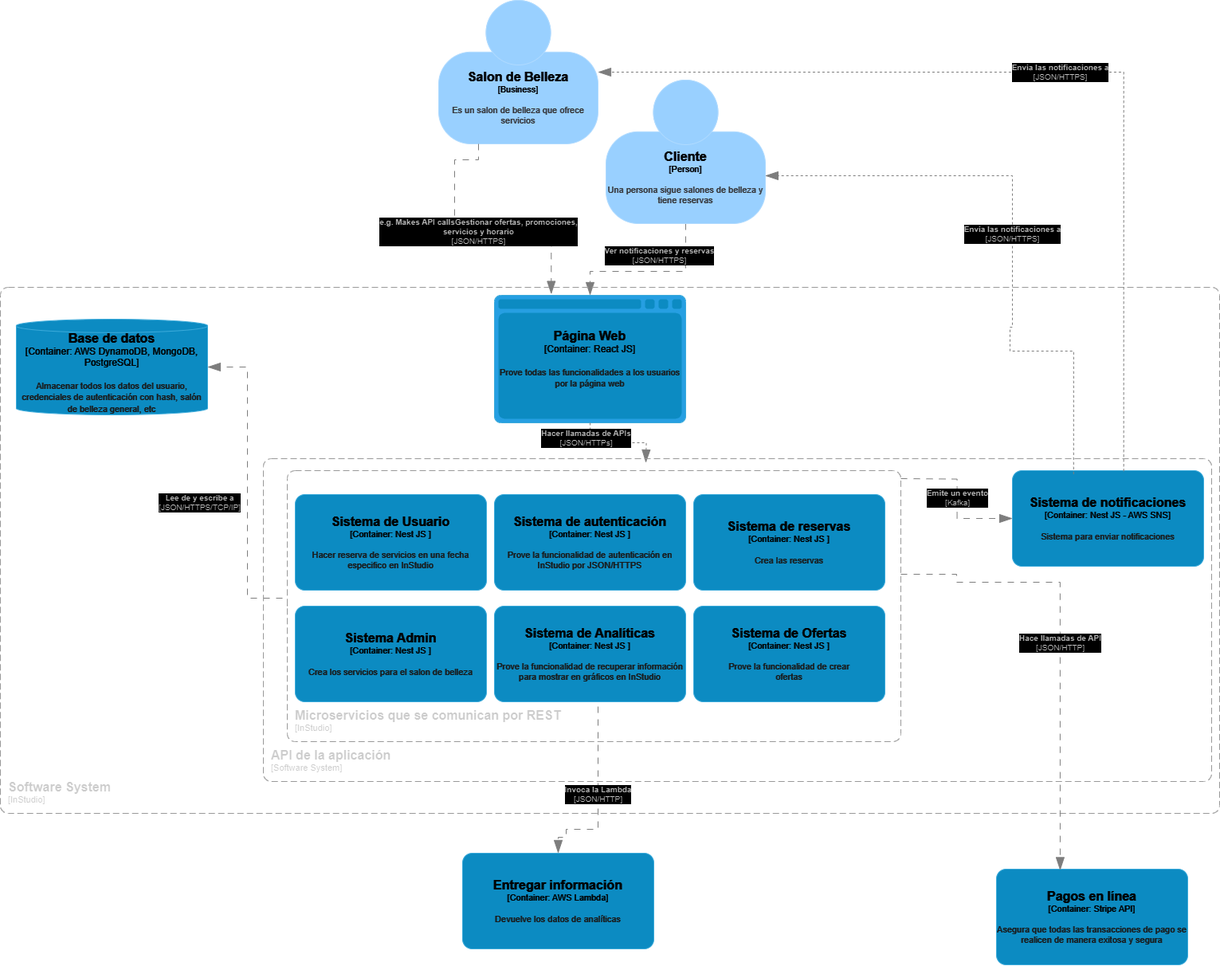
This is 5/5.2/DiagramaDeContexto-Contenedor.png from ulima-arqui242/arqui242-grupo3, a draw.io export, as it was before one commit. Source tidied: cells renumbered, new cells last; positions are measured from the earlier drawing's top-left corner, leaving out a move shared by most shapes.
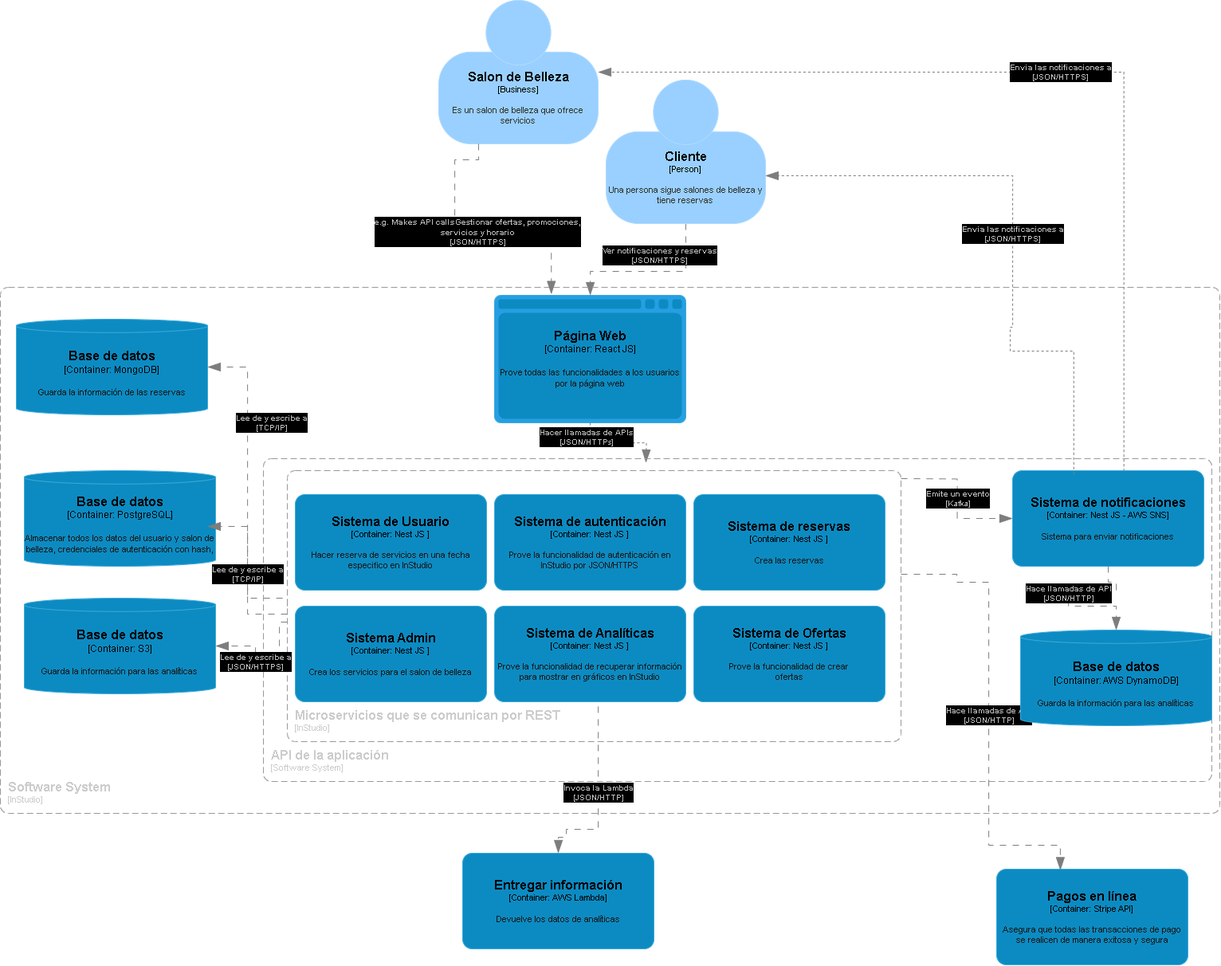
Above is the later version.

Commit message:
Agregue la observación del profe de separar las bases de datos en contenedores

What changed in the source:
```diff
@@ -7,9 +7,9 @@
         <mxGeometry x="620" y="620" width="240" height="120" as="geometry" />
       </mxCell>
     </object>
-    <object id="3" label="&lt;div style=&quot;text-align: left&quot;&gt;&lt;div style=&quot;text-align: center&quot;&gt;&lt;b&gt;%c4Description%&lt;/b&gt;&lt;/div&gt;&lt;div style=&quot;text-align: center&quot;&gt;[%c4Technology%]&lt;/div&gt;&lt;/div&gt;" c4Description="Lee de y escribe a" c4Technology="JSON/HTTPS/TCP/IP" c4Type="Relationship" placeholders="1">
+    <object id="3" label="&lt;div style=&quot;text-align: left&quot;&gt;&lt;div style=&quot;text-align: center&quot;&gt;&lt;b&gt;%c4Description%&lt;/b&gt;&lt;/div&gt;&lt;div style=&quot;text-align: center&quot;&gt;[%c4Technology%]&lt;/div&gt;&lt;/div&gt;" c4Description="Lee de y escribe a" c4Technology="TCP/IP" c4Type="Relationship" placeholders="1">
       <mxCell style="endArrow=blockThin;html=1;fontSize=10;fontColor=#404040;strokeWidth=1;endFill=1;strokeColor=#828282;elbow=vertical;endSize=14;startSize=14;jumpStyle=arc;jumpSize=16;rounded=0;edgeStyle=orthogonalEdgeStyle;entryX=1;entryY=0.5;entryDx=0;entryDy=0;entryPerimeter=0;dashed=1;dashPattern=8 8;" parent="1" edge="1" target="6">
-        <mxGeometry x="-0.1" y="60" relative="1" as="geometry">
+        <mxGeometry x="0.4" y="-30" relative="1" as="geometry">
           <mxPoint x="360" y="760" as="sourcePoint" />
           <Array as="points">
             <mxPoint x="310" y="750" />
@@ -33,7 +33,7 @@
         <mxGeometry x="1250" y="1090" width="240" height="120" as="geometry" />
       </mxCell>
     </object>
-    <object id="6" label="&lt;font style=&quot;font-size: 16px&quot;&gt;&lt;b&gt;%c4Name%&lt;/b&gt;&lt;/font&gt;&lt;div&gt;[%c4Type%:&amp;nbsp;%c4Technology%]&lt;/div&gt;&lt;br&gt;&lt;div&gt;&lt;font style=&quot;font-size: 11px&quot;&gt;&lt;font color=&quot;#E6E6E6&quot;&gt;%c4Description%&lt;/font&gt;&lt;/div&gt;" c4Description="Almacenar todos los datos del usuario, credenciales de autenticación con hash, salón de belleza general, etc" c4Name="Base de datos" c4Technology="AWS DynamoDB, MongoDB, PostgreSQL" c4Type="Container" placeholders="1">
+    <object id="6" label="&lt;font style=&quot;font-size: 16px&quot;&gt;&lt;b&gt;%c4Name%&lt;/b&gt;&lt;/font&gt;&lt;div&gt;[%c4Type%:&amp;nbsp;%c4Technology%]&lt;/div&gt;&lt;br&gt;&lt;div&gt;&lt;font style=&quot;font-size: 11px&quot;&gt;&lt;font color=&quot;#E6E6E6&quot;&gt;%c4Description%&lt;/font&gt;&lt;/div&gt;" c4Description="Guarda la información de las reservas" c4Name="Base de datos" c4Technology="MongoDB" c4Type="Container" placeholders="1">
       <mxCell style="shape=cylinder3;size=8.401102166426767;whiteSpace=wrap;html=1;boundedLbl=1;rounded=0;labelBackgroundColor=none;fillColor=#23A2D9;fontSize=12;fontColor=#ffffff;align=center;strokeColor=#0E7DAD;points=[[0.5,0,0],[1,0.25,0],[1,0.5,0],[1,0.75,0],[0.5,1,0],[0,0.75,0],[0,0.5,0],[0,0.25,0]];" parent="1" vertex="1">
         <mxGeometry x="20" y="400" width="240" height="120" as="geometry" />
       </mxCell>
@@ -119,7 +119,9 @@
           <Array as="points">
             <mxPoint x="1200" y="720" />
             <mxPoint x="1200" y="730" />
-            <mxPoint x="1330" y="730" />
+            <mxPoint x="1240" y="730" />
+            <mxPoint x="1240" y="1060" />
+            <mxPoint x="1330" y="1060" />
           </Array>
         </mxGeometry>
       </mxCell>
@@ -173,5 +175,60 @@
         <mxGeometry x="330" y="575" width="1190" height="405" as="geometry" />
       </mxCell>
     </object>
+    <object id="27" label="&lt;font style=&quot;font-size: 16px&quot;&gt;&lt;b&gt;%c4Name%&lt;/b&gt;&lt;/font&gt;&lt;div&gt;[%c4Type%:&amp;nbsp;%c4Technology%]&lt;/div&gt;&lt;br&gt;&lt;div&gt;&lt;font style=&quot;font-size: 11px&quot;&gt;&lt;font color=&quot;#E6E6E6&quot;&gt;%c4Description%&lt;/font&gt;&lt;/div&gt;" c4Description="Almacenar todos los datos del usuario y salon de belleza, credenciales de autenticación con hash, " c4Name="Base de datos" c4Technology="PostgreSQL" c4Type="Container" placeholders="1">
+      <mxCell style="shape=cylinder3;size=8.401102166426767;whiteSpace=wrap;html=1;boundedLbl=1;rounded=0;labelBackgroundColor=none;fillColor=#23A2D9;fontSize=12;fontColor=#ffffff;align=center;strokeColor=#0E7DAD;" parent="1" vertex="1">
+        <mxGeometry x="30" y="590" width="240" height="120" as="geometry" />
+      </mxCell>
+    </object>
+    <object id="28" label="&lt;font style=&quot;font-size: 16px&quot;&gt;&lt;b&gt;%c4Name%&lt;/b&gt;&lt;/font&gt;&lt;div&gt;[%c4Type%:&amp;nbsp;%c4Technology%]&lt;/div&gt;&lt;br&gt;&lt;div&gt;&lt;font style=&quot;font-size: 11px&quot;&gt;&lt;font color=&quot;#E6E6E6&quot;&gt;%c4Description%&lt;/font&gt;&lt;/div&gt;" c4Description="Guarda la información para las analíticas" c4Name="Base de datos" c4Technology="S3" c4Type="Container" placeholders="1">
+      <mxCell style="shape=cylinder3;size=8.401102166426767;whiteSpace=wrap;html=1;boundedLbl=1;rounded=0;labelBackgroundColor=none;fillColor=#23A2D9;fontSize=12;fontColor=#ffffff;align=center;strokeColor=#0E7DAD;points=[[0.5,0,0],[1,0.25,0],[1,0.5,0],[1,0.75,0],[0.5,1,0],[0,0.75,0],[0,0.5,0],[0,0.25,0]];" parent="1" vertex="1">
+        <mxGeometry x="30" y="750" width="240" height="120" as="geometry" />
+      </mxCell>
+    </object>
+    <object id="29" label="&lt;font style=&quot;font-size: 16px&quot;&gt;&lt;b&gt;%c4Name%&lt;/b&gt;&lt;/font&gt;&lt;div&gt;[%c4Type%:&amp;nbsp;%c4Technology%]&lt;/div&gt;&lt;br&gt;&lt;div&gt;&lt;font style=&quot;font-size: 11px&quot;&gt;&lt;font color=&quot;#E6E6E6&quot;&gt;%c4Description%&lt;/font&gt;&lt;/div&gt;" c4Description="Guarda la información para las analíticas" c4Name="Base de datos" c4Technology="AWS DynamoDB" c4Type="Container" placeholders="1">
+      <mxCell style="shape=cylinder3;size=8.401102166426767;whiteSpace=wrap;html=1;boundedLbl=1;rounded=0;labelBackgroundColor=none;fillColor=#23A2D9;fontSize=12;fontColor=#ffffff;align=center;strokeColor=#0E7DAD;points=[[0.5,0,0],[1,0.25,0],[1,0.5,0],[1,0.75,0],[0.5,1,0],[0,0.75,0],[0,0.5,0],[0,0.25,0]];" parent="1" vertex="1">
+        <mxGeometry x="1280" y="790" width="240" height="120" as="geometry" />
+      </mxCell>
+    </object>
+    <object id="30" label="&lt;div style=&quot;text-align: left&quot;&gt;&lt;div style=&quot;text-align: center&quot;&gt;&lt;b&gt;%c4Description%&lt;/b&gt;&lt;/div&gt;&lt;div style=&quot;text-align: center&quot;&gt;[%c4Technology%]&lt;/div&gt;&lt;/div&gt;" c4Description="Hace llamadas de API" c4Technology="JSON/HTTP" c4Type="Relationship" placeholders="1">
+      <mxCell style="endArrow=blockThin;html=1;fontSize=10;fontColor=#404040;strokeWidth=1;endFill=1;strokeColor=#828282;elbow=vertical;endSize=14;startSize=14;jumpStyle=arc;jumpSize=16;rounded=0;edgeStyle=orthogonalEdgeStyle;entryX=0.5;entryY=0;entryDx=0;entryDy=0;entryPerimeter=0;dashed=1;dashPattern=8 8;exitX=0.5;exitY=1;exitDx=0;exitDy=0;exitPerimeter=0;" parent="1" edge="1" source="9" target="29">
+        <mxGeometry relative="1" as="geometry">
+          <Array as="points">
+            <mxPoint x="1390" y="730" />
+            <mxPoint x="1400" y="730" />
+            <mxPoint x="1400" y="740" />
+            <mxPoint x="1340" y="740" />
+            <mxPoint x="1340" y="760" />
+          </Array>
+        </mxGeometry>
+      </mxCell>
+    </object>
+    <object id="31" label="&lt;div style=&quot;text-align: left&quot;&gt;&lt;div style=&quot;text-align: center&quot;&gt;&lt;b&gt;%c4Description%&lt;/b&gt;&lt;/div&gt;&lt;div style=&quot;text-align: center&quot;&gt;[%c4Technology%]&lt;/div&gt;&lt;/div&gt;" c4Description="Lee de y escribe a" c4Technology="TCP/IP" c4Type="Relationship" placeholders="1">
+      <mxCell style="endArrow=blockThin;html=1;fontSize=10;fontColor=#404040;strokeWidth=1;endFill=1;strokeColor=#828282;elbow=vertical;endSize=14;startSize=14;jumpStyle=arc;jumpSize=16;rounded=0;edgeStyle=orthogonalEdgeStyle;entryX=1;entryY=0.5;entryDx=0;entryDy=0;entryPerimeter=0;dashed=1;dashPattern=8 8;" parent="1" edge="1">
+        <mxGeometry x="-0.05" relative="1" as="geometry">
+          <mxPoint x="360" y="770" as="sourcePoint" />
+          <mxPoint x="260" y="660" as="targetPoint" />
+          <Array as="points">
+            <mxPoint x="360" y="770" />
+            <mxPoint x="310" y="770" />
+            <mxPoint x="310" y="660" />
+          </Array>
+        </mxGeometry>
+      </mxCell>
+    </object>
+    <object id="32" label="&lt;div style=&quot;text-align: left&quot;&gt;&lt;div style=&quot;text-align: center&quot;&gt;&lt;b&gt;%c4Description%&lt;/b&gt;&lt;/div&gt;&lt;div style=&quot;text-align: center&quot;&gt;[%c4Technology%]&lt;/div&gt;&lt;/div&gt;" c4Description="Lee de y escribe a" c4Technology="JSON/HTTPS" c4Type="Relationship" placeholders="1">
+      <mxCell style="endArrow=blockThin;html=1;fontSize=10;fontColor=#404040;strokeWidth=1;endFill=1;strokeColor=#828282;elbow=vertical;endSize=14;startSize=14;jumpStyle=arc;jumpSize=16;rounded=0;edgeStyle=orthogonalEdgeStyle;entryX=1;entryY=0.5;entryDx=0;entryDy=0;entryPerimeter=0;dashed=1;dashPattern=8 8;" parent="1" edge="1" target="28">
+        <mxGeometry x="0.14" y="-10" relative="1" as="geometry">
+          <mxPoint x="360" y="780" as="sourcePoint" />
+          <Array as="points">
+            <mxPoint x="350" y="780" />
+            <mxPoint x="350" y="820" />
+            <mxPoint x="320" y="820" />
+            <mxPoint x="320" y="810" />
+          </Array>
+          <mxPoint x="-10" y="10" as="offset" />
+        </mxGeometry>
+      </mxCell>
+    </object>
   </root>
 </mxGraphModel>
```
